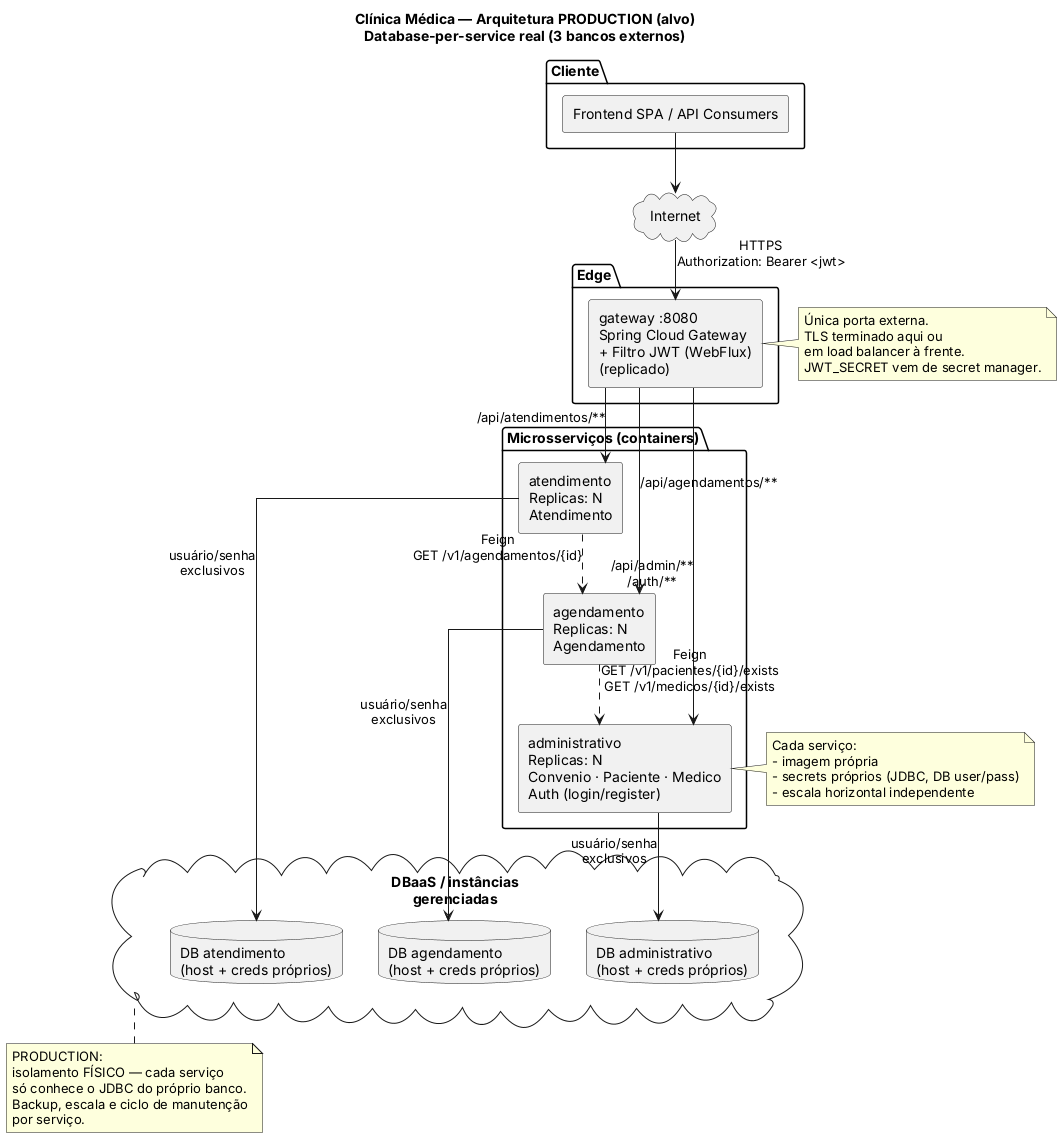
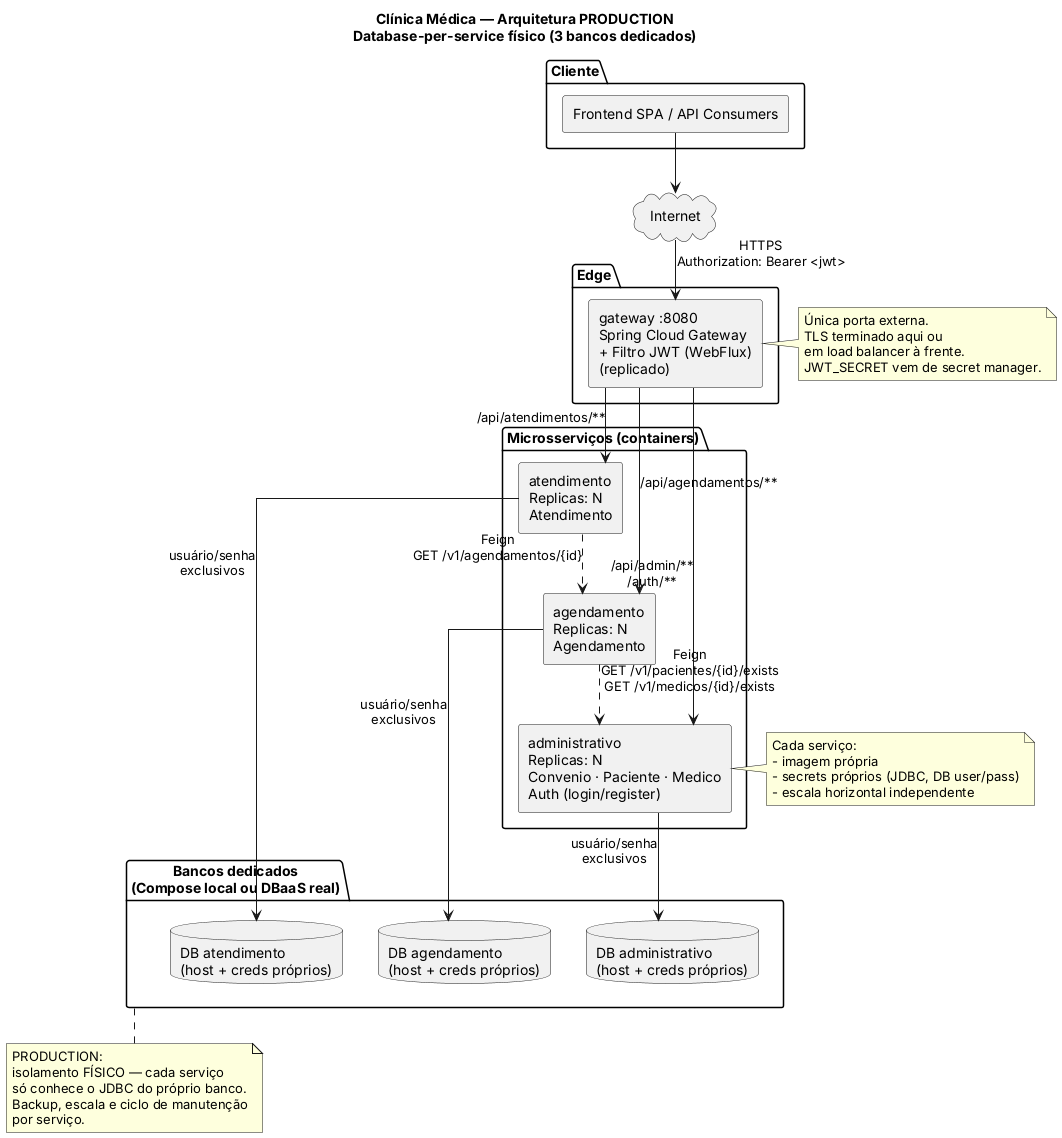
@startuml ArquiteturaProduction

- title Clínica Médica — Arquitetura PRODUCTION (alvo)\nDatabase-per-service real (3 bancos externos)
+ title Clínica Médica — Arquitetura PRODUCTION\nDatabase-per-service físico (3 bancos dedicados)

skinparam componentStyle rectangle
skinparam linetype ortho
skinparam shadowing false
skinparam defaultFontName "Inter"

package "Cliente" {
    [Frontend SPA / API Consumers] as cliente
}

cloud "Internet" as internet

package "Edge" {
    component "gateway :8080\nSpring Cloud Gateway\n+ Filtro JWT (WebFlux)\n(replicado)" as gw
}

package "Microsserviços (containers)" {
    component "administrativo\nReplicas: N\nConvenio · Paciente · Medico\nAuth (login/register)" as adm
    component "agendamento\nReplicas: N\nAgendamento" as ag
    component "atendimento\nReplicas: N\nAtendimento" as at
}

- cloud "DBaaS / instâncias\ngerenciadas" as dbcloud {
+ package "Bancos dedicados\n(Compose local ou DBaaS real)" as dbcloud {
    database "DB administrativo\n(host + creds próprios)" as db_adm
    database "DB agendamento\n(host + creds próprios)" as db_ag
    database "DB atendimento\n(host + creds próprios)" as db_at
}

cliente --> internet
internet --> gw : HTTPS\nAuthorization: Bearer <jwt>

gw --> adm : /api/admin/**\n/auth/**
gw --> ag  : /api/agendamentos/**
gw --> at  : /api/atendimentos/**

ag ..> adm : Feign\nGET /v1/pacientes/{id}/exists\nGET /v1/medicos/{id}/exists
at ..> ag  : Feign\nGET /v1/agendamentos/{id}

adm --> db_adm : usuário/senha\nexclusivos
ag  --> db_ag  : usuário/senha\nexclusivos
at  --> db_at  : usuário/senha\nexclusivos

note right of gw
  Única porta externa.
  TLS terminado aqui ou
  em load balancer à frente.
  JWT_SECRET vem de secret manager.
end note

note bottom of dbcloud
  PRODUCTION:
  isolamento FÍSICO — cada serviço
  só conhece o JDBC do próprio banco.
  Backup, escala e ciclo de manutenção
  por serviço.
end note

note left of adm
  Cada serviço:
  - imagem própria
  - secrets próprios (JDBC, DB user/pass)
  - escala horizontal independente
end note

@enduml
